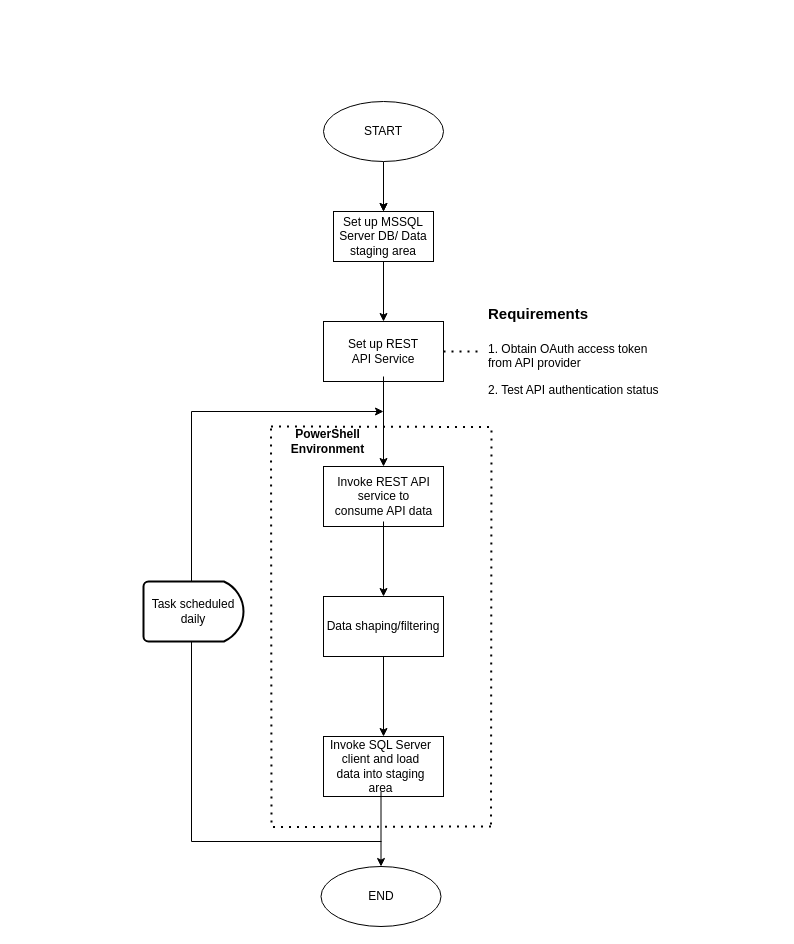
Before: Untitled Diagram.drawio in richardogoma/staff-appraisal-app, a draw.io diagram. Source tidied: cells renumbered, new cells numbered last; positions are measured from the earlier drawing's top-left corner, leaving out a move shared by most shapes. Both pictures are drawn from the tidied source at 100%, with x=0, y=0 at pixel (143, 101).
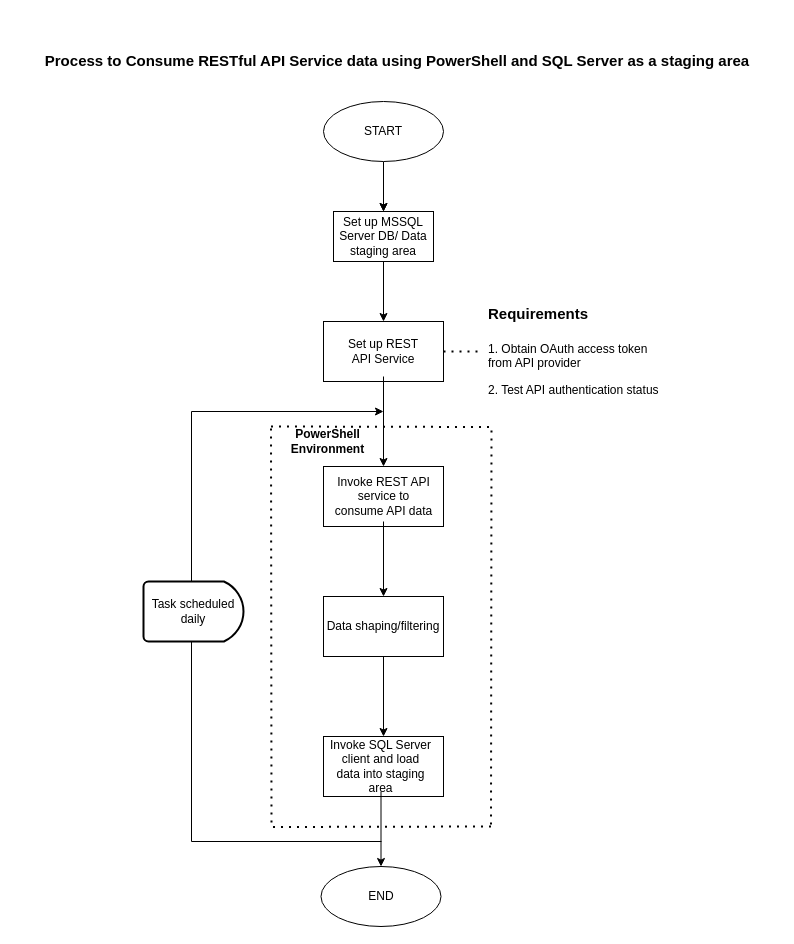
The same page after the edit.

Commit message:
REST API Consumption Process

What changed in the source:
```diff
@@
+    <mxCell id="27" value="&lt;h1 style=&quot;text-align: justify;&quot;&gt;&lt;font style=&quot;font-size: 15px;&quot;&gt;Process to Consume RESTful API Service data using PowerShell and SQL Server as a staging area&lt;/font&gt;&lt;/h1&gt;" style="text;html=1;strokeColor=none;fillColor=none;align=center;verticalAlign=middle;whiteSpace=wrap;rounded=0;fontSize=15;" parent="1" vertex="1">
+      <mxGeometry x="-126" y="-71" width="760" height="50" as="geometry" />
+    </mxCell>
```
